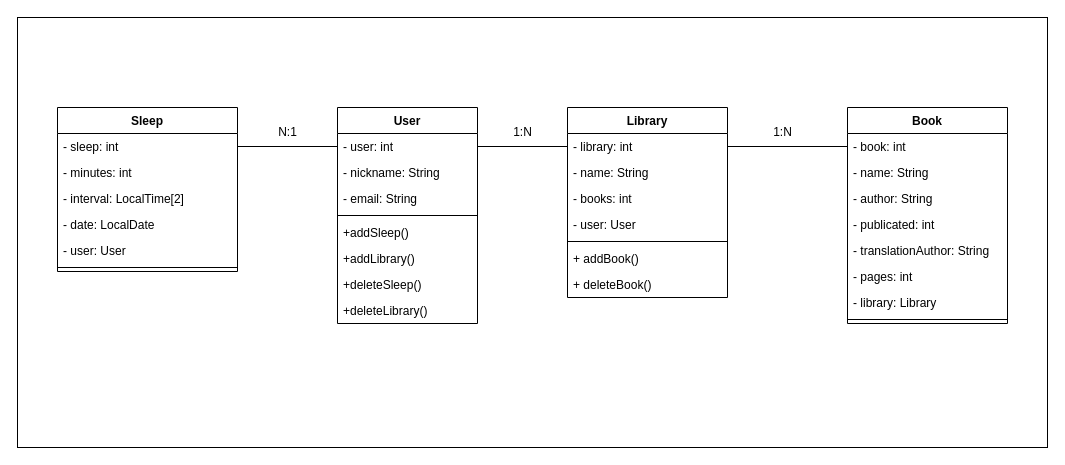
The draw.io diagram 2-SoftwareDesign/2.5-UMLProgramClasses/ProgramClasses.drawio in oleksandrblazhko/eai205-boychuk, before the edit. Source tidied: cells renumbered, new cells numbered last; positions are measured from the earlier drawing's top-left corner, leaving out a move shared by most shapes. Both pictures are drawn from the tidied source at 100%, with x=0, y=0 at pixel (17, 17).
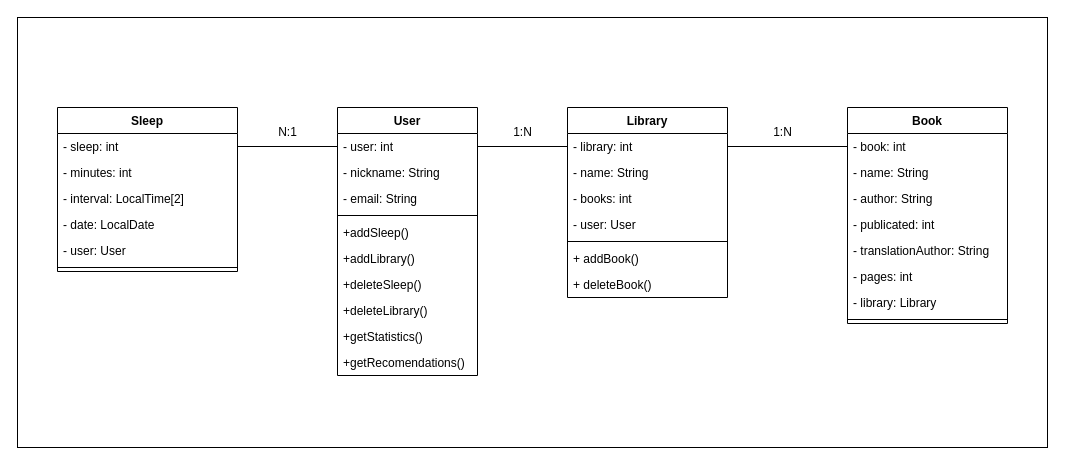
The same diagram, later.

Change to the diagram source:
```diff
@@
     <mxCell id="18" value="User" style="swimlane;fontStyle=1;align=center;verticalAlign=top;horizontal=1;startSize=26;" parent="1" vertex="1">
-      <mxGeometry x="320" y="90" width="140" height="216" as="geometry" />
+      <mxGeometry x="320" y="90" width="140" height="268" as="geometry" />
     </mxCell>
@@
+    <mxCell id="42" value="+getStatistics()" style="text;strokeColor=none;fillColor=none;align=left;verticalAlign=top;spacingLeft=4;spacingRight=4;overflow=hidden;" parent="18" vertex="1">
+      <mxGeometry y="216" width="140" height="26" as="geometry" />
+    </mxCell>
+    <mxCell id="43" value="+getRecomendations()" style="text;strokeColor=none;fillColor=none;align=left;verticalAlign=top;spacingLeft=4;spacingRight=4;overflow=hidden;" parent="18" vertex="1">
+      <mxGeometry y="242" width="140" height="26" as="geometry" />
+    </mxCell>
```
